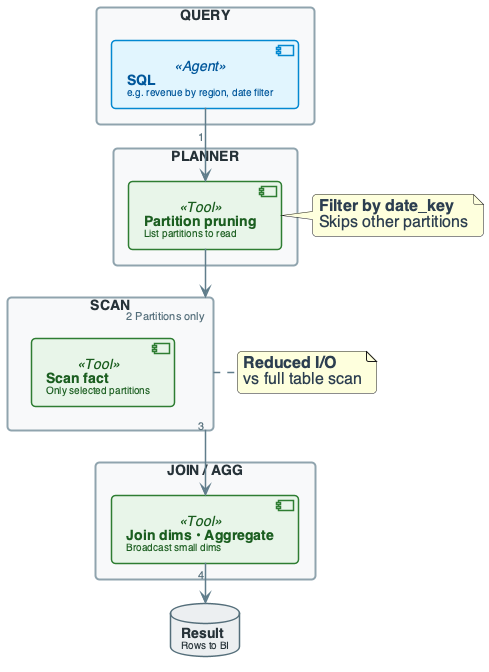
Before: diagrams/week05/week5_lecture_slide22_query_flow.png, a diagram exported from PlantUML (OrPerets/data-engineering-course). The source it was exported from:
```plantuml
@startuml

top to bottom direction
skinparam linetype ortho
skinparam shadowing false
skinparam roundcorner 8
skinparam handwritten false
skinparam nodesep 30
skinparam ranksep 40

skinparam defaultFontName "Segoe UI", "Helvetica", sans-serif
skinparam defaultFontSize 16
skinparam defaultFontColor #2C3E50

skinparam rectangle {
    BackgroundColor #F8F9FA
    BorderColor #90A4AE
    BorderThickness 2
    FontColor #263238
    FontSize 14
    FontStyle bold
    Padding 20
}
skinparam component {
    BackgroundColor #FFFFFF
    BorderColor #78909C
    BorderThickness 1.5
    FontSize 14
    Padding 12
}
skinparam database {
    BackgroundColor #ECEFF1
    BorderColor #546E7A
    BorderThickness 1.5
    FontSize 14
    FontColor #263238
}
skinparam arrow {
    Color #607D8B
    Thickness 1.5
    FontSize 11
    FontColor #546E7A
}

skinparam component<<Agent>> {
    BorderColor #0288D1
    BackgroundColor #E1F5FE
    FontColor #01579B
}
skinparam component<<Tool>> {
    BorderColor #2E7D32
    BackgroundColor #E8F5E9
    FontColor #1B5E20
}


rectangle "QUERY" #F8F9FA {
    component "**SQL**\n<size:10>e.g. revenue by region, date filter</size>" as SQL <<Agent>>
}

rectangle "PLANNER" #F8F9FA {
    component "**Partition pruning**\n<size:10>List partitions to read</size>" as PRUNE <<Tool>>
}

rectangle "SCAN" #F8F9FA {
    component "**Scan fact**\n<size:10>Only selected partitions</size>" as SCAN1 <<Tool>>
}

rectangle "JOIN / AGG" #F8F9FA {
    component "**Join dims • Aggregate**\n<size:10>Broadcast small dims</size>" as JOIN <<Tool>>
}

database "**Result**\n<size:10>Rows to BI</size>" as RESULT

SQL --> PRUNE : "1"
PRUNE --> SCAN : "2 Partitions only"
SCAN --> JOIN : "3"
JOIN --> RESULT : "4"

note right of PRUNE : **Filter by date_key**\nSkips other partitions
note right of SCAN : **Reduced I/O**\nvs full table scan

@enduml
```
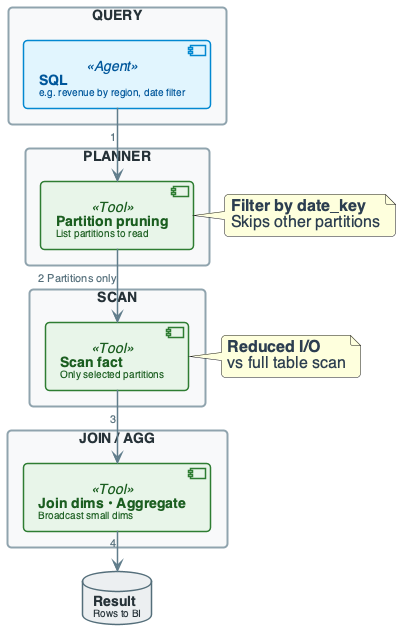
The same diagram one commit later.

The edit, as a diff of the source:
```diff
@@ -8,7 +8,7 @@
 skinparam nodesep 30
 skinparam ranksep 40
 
-skinparam defaultFontName "Segoe UI", "Helvetica", sans-serif
+skinparam defaultFontName "Segoe UI, Helvetica, sans-serif"
 skinparam defaultFontSize 16
 skinparam defaultFontColor #2C3E50
 
@@ -21,6 +21,7 @@
     FontStyle bold
     Padding 20
 }
+
 skinparam component {
     BackgroundColor #FFFFFF
     BorderColor #78909C
@@ -28,6 +29,7 @@
     FontSize 14
     Padding 12
 }
+
 skinparam database {
     BackgroundColor #ECEFF1
     BorderColor #546E7A
@@ -35,6 +37,7 @@
     FontSize 14
     FontColor #263238
 }
+
 skinparam arrow {
     Color #607D8B
     Thickness 1.5
@@ -42,15 +45,76 @@
     FontColor #546E7A
 }
 
+skinparam component<<UI>> {
+    BorderColor #8E24AA
+    BackgroundColor #F3E5F5
+    FontColor #4A148C
+}
+
 skinparam component<<Agent>> {
     BorderColor #0288D1
     BackgroundColor #E1F5FE
     FontColor #01579B
 }
+
 skinparam component<<Tool>> {
     BorderColor #2E7D32
     BackgroundColor #E8F5E9
     FontColor #1B5E20
+}
+
+skinparam component<<Config>> {
+    BorderColor #F57C00
+    BackgroundColor #FFF3E0
+    FontColor #E65100
+}
+
+skinparam component<<Bad>> {
+    BorderColor #C62828
+    BackgroundColor #FFEBEE
+    FontColor #B71C1C
+}
+
+skinparam component<<V1>> {
+    BorderColor #F57C00
+    BackgroundColor #FFF3E0
+    FontColor #E65100
+}
+
+skinparam component<<V2>> {
+    BorderColor #2E7D32
+    BackgroundColor #E8F5E9
+    FontColor #1B5E20
+}
+
+skinparam component<<up>> {
+    BackgroundColor #E8F5E9
+    BorderColor #2E7D32
+}
+
+skinparam component<<down>> {
+    BackgroundColor #FFEBEE
+    BorderColor #C62828
+}
+
+skinparam database<<up>> {
+    BackgroundColor #E8F5E9
+    BorderColor #2E7D32
+}
+
+skinparam database<<down>> {
+    BackgroundColor #FFEBEE
+    BorderColor #C62828
+}
+
+skinparam component<<success>> {
+    BackgroundColor #E8F5E9
+    BorderColor #2E7D32
+}
+
+skinparam component<<failure>> {
+    BackgroundColor #FFEBEE
+    BorderColor #C62828
 }
 
 
@@ -73,11 +137,11 @@
 database "**Result**\n<size:10>Rows to BI</size>" as RESULT
 
 SQL --> PRUNE : "1"
-PRUNE --> SCAN : "2 Partitions only"
-SCAN --> JOIN : "3"
+PRUNE --> SCAN1 : "2 Partitions only"
+SCAN1 --> JOIN : "3"
 JOIN --> RESULT : "4"
 
 note right of PRUNE : **Filter by date_key**\nSkips other partitions
-note right of SCAN : **Reduced I/O**\nvs full table scan
+note right of SCAN1 : **Reduced I/O**\nvs full table scan
 
 @enduml
```
